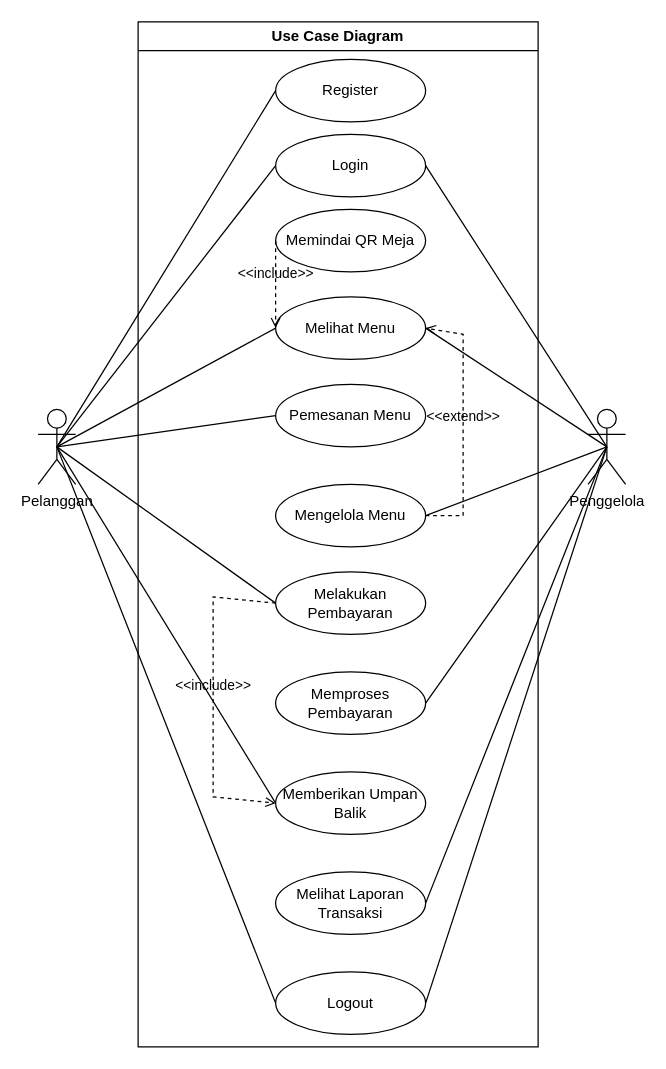
Above: page "Use Case" (1 of 5) of Docs/Use Case/Untitled Diagram.drawio in gustitriprayoga/Sistem-Pembayaran-QR (draw.io), before the change. Source tidied: cells renumbered, new cells numbered last; positions are measured from the earlier drawing's top-left corner, leaving out a move shared by most shapes. Both pictures are drawn from the tidied source at 125%, with x=0, y=0 at pixel (38, 21).
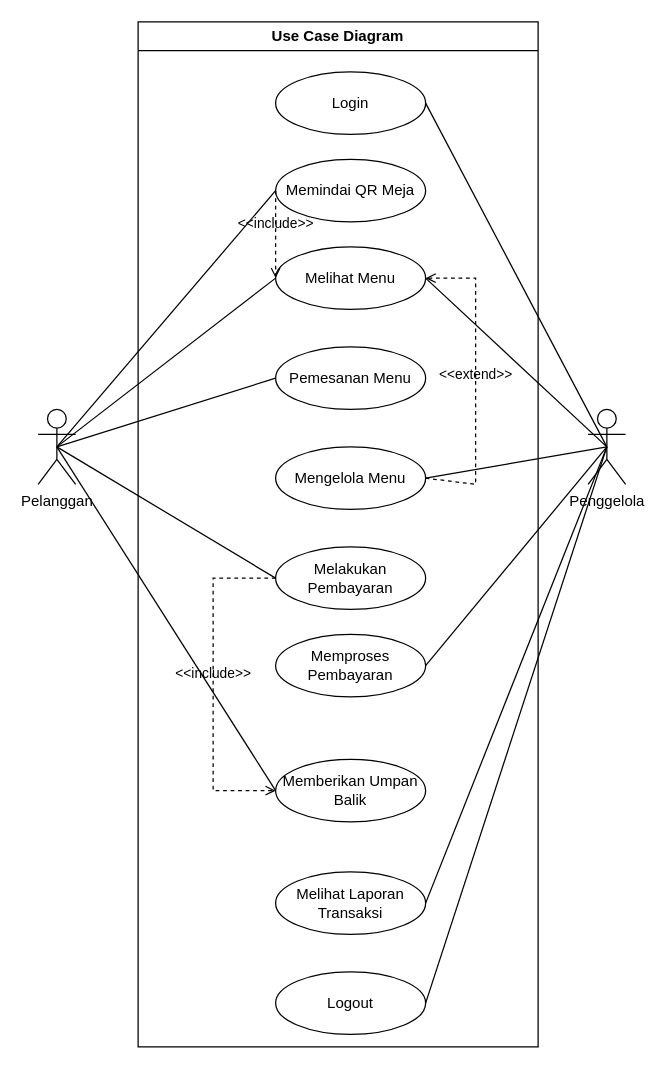
After the change.

The change refers to these unchanged cells:
```xml
<mxCell id="8" value="Pelanggan" style="shape=umlActor;verticalLabelPosition=bottom;verticalAlign=top;html=1;outlineConnect=0;" parent="1" vertex="1">
  <mxGeometry y="310" width="30" height="60" as="geometry" />
</mxCell>
<mxCell id="17" value="Use Case Diagram" style="swimlane;whiteSpace=wrap;html=1;" parent="1" vertex="1">
  <mxGeometry x="80" width="320" height="820" as="geometry" />
</mxCell>
<mxCell id="26" value="Logout" style="ellipse;whiteSpace=wrap;html=1;" parent="17" vertex="1">
  <mxGeometry x="110" y="760" width="120" height="50" as="geometry" />
</mxCell>
```

What changed in the source:
```diff
@@
-    <mxCell id="2" style="rounded=0;jettySize=auto;html=1;exitX=0.5;exitY=0.5;exitDx=0;exitDy=0;exitPerimeter=0;entryX=0;entryY=0.5;entryDx=0;entryDy=0;endArrow=none;startFill=0;" parent="1" edge="1" source="8" target="16">
-      <mxGeometry relative="1" as="geometry" />
-    </mxCell>
-    <mxCell id="3" style="rounded=0;jettySize=auto;html=1;exitX=0.5;exitY=0.5;exitDx=0;exitDy=0;exitPerimeter=0;entryX=0;entryY=0.5;entryDx=0;entryDy=0;endArrow=none;startFill=0;" parent="1" edge="1" source="8" target="28">
-      <mxGeometry relative="1" as="geometry" />
-    </mxCell>
@@
-    <mxCell id="7" style="rounded=0;jettySize=auto;html=1;exitX=0.5;exitY=0.5;exitDx=0;exitDy=0;exitPerimeter=0;entryX=0;entryY=0.5;entryDx=0;entryDy=0;endArrow=none;startFill=0;" parent="1" edge="1" source="8" target="26">
-      <mxGeometry relative="1" as="geometry" />
-    </mxCell>
@@
-    <mxCell id="16" value="Register" style="ellipse;whiteSpace=wrap;html=1;" parent="1" vertex="1">
-      <mxGeometry x="190" y="30" width="120" height="50" as="geometry" />
-    </mxCell>
@@
     <mxCell id="18" value="Melihat Menu" style="ellipse;whiteSpace=wrap;html=1;" parent="17" vertex="1">
-      <mxGeometry x="110" y="220" width="120" height="50" as="geometry" />
+      <mxGeometry x="110" y="180" width="120" height="50" as="geometry" />
     </mxCell>
     <mxCell id="19" value="&amp;lt;&amp;lt;extend&amp;gt;&amp;gt;" style="html=1;verticalAlign=bottom;labelBackgroundColor=none;endArrow=open;endFill=0;dashed=1;rounded=0;entryX=1;entryY=0.5;entryDx=0;entryDy=0;exitX=1;exitY=0.5;exitDx=0;exitDy=0;" parent="17" edge="1" source="20" target="18">
       <mxGeometry x="-0.03" relative="1" as="geometry">
         <Array as="points">
-          <mxPoint x="260" y="395" />
-          <mxPoint x="260" y="250" />
+          <mxPoint x="270" y="370" />
+          <mxPoint x="270" y="205" />
         </Array>
       </mxGeometry>
     </mxCell>
     <mxCell id="20" value="Mengelola Menu" style="ellipse;whiteSpace=wrap;html=1;" parent="17" vertex="1">
-      <mxGeometry x="110" y="370" width="120" height="50" as="geometry" />
+      <mxGeometry x="110" y="340" width="120" height="50" as="geometry" />
     </mxCell>
     <mxCell id="21" value="Melakukan Pembayaran" style="ellipse;whiteSpace=wrap;html=1;" parent="17" vertex="1">
-      <mxGeometry x="110" y="440" width="120" height="50" as="geometry" />
+      <mxGeometry x="110" y="420" width="120" height="50" as="geometry" />
     </mxCell>
     <mxCell id="22" value="&amp;lt;&amp;lt;include&amp;gt;&amp;gt;" style="html=1;verticalAlign=bottom;labelBackgroundColor=none;endArrow=open;endFill=0;dashed=1;rounded=0;exitX=0;exitY=0.5;exitDx=0;exitDy=0;entryX=0;entryY=0.5;entryDx=0;entryDy=0;" parent="17" edge="1" source="21" target="24">
       <mxGeometry relative="1" as="geometry">
         <Array as="points">
-          <mxPoint x="60" y="460" />
-          <mxPoint x="60" y="620" />
+          <mxPoint x="60" y="445" />
+          <mxPoint x="60" y="615" />
         </Array>
       </mxGeometry>
     </mxCell>
     <mxCell id="23" value="Memproses Pembayaran" style="ellipse;whiteSpace=wrap;html=1;" parent="17" vertex="1">
-      <mxGeometry x="110" y="520" width="120" height="50" as="geometry" />
+      <mxGeometry x="110" y="490" width="120" height="50" as="geometry" />
     </mxCell>
     <mxCell id="24" value="Memberikan Umpan Balik" style="ellipse;whiteSpace=wrap;html=1;" parent="17" vertex="1">
-      <mxGeometry x="110" y="600" width="120" height="50" as="geometry" />
+      <mxGeometry x="110" y="590" width="120" height="50" as="geometry" />
     </mxCell>
@@
     <mxCell id="27" value="Pemesanan Menu" style="ellipse;whiteSpace=wrap;html=1;" parent="17" vertex="1">
-      <mxGeometry x="110" y="290" width="120" height="50" as="geometry" />
+      <mxGeometry x="110" y="260" width="120" height="50" as="geometry" />
     </mxCell>
     <mxCell id="28" value="Login" style="ellipse;whiteSpace=wrap;html=1;" parent="17" vertex="1">
-      <mxGeometry x="110" y="90" width="120" height="50" as="geometry" />
+      <mxGeometry x="110" y="40" width="120" height="50" as="geometry" />
     </mxCell>
     <mxCell id="29" value="Memindai QR Meja" style="ellipse;whiteSpace=wrap;html=1;" parent="17" vertex="1">
-      <mxGeometry x="110" y="150" width="120" height="50" as="geometry" />
+      <mxGeometry x="110" y="110" width="120" height="50" as="geometry" />
     </mxCell>
@@
+    <mxCell id="32" style="rounded=0;jettySize=auto;html=1;exitX=0.5;exitY=0.5;exitDx=0;exitDy=0;exitPerimeter=0;entryX=0;entryY=0.5;entryDx=0;entryDy=0;endArrow=none;startFill=0;" parent="1" edge="1" source="8" target="29">
+      <mxGeometry relative="1" as="geometry" />
+    </mxCell>
```
